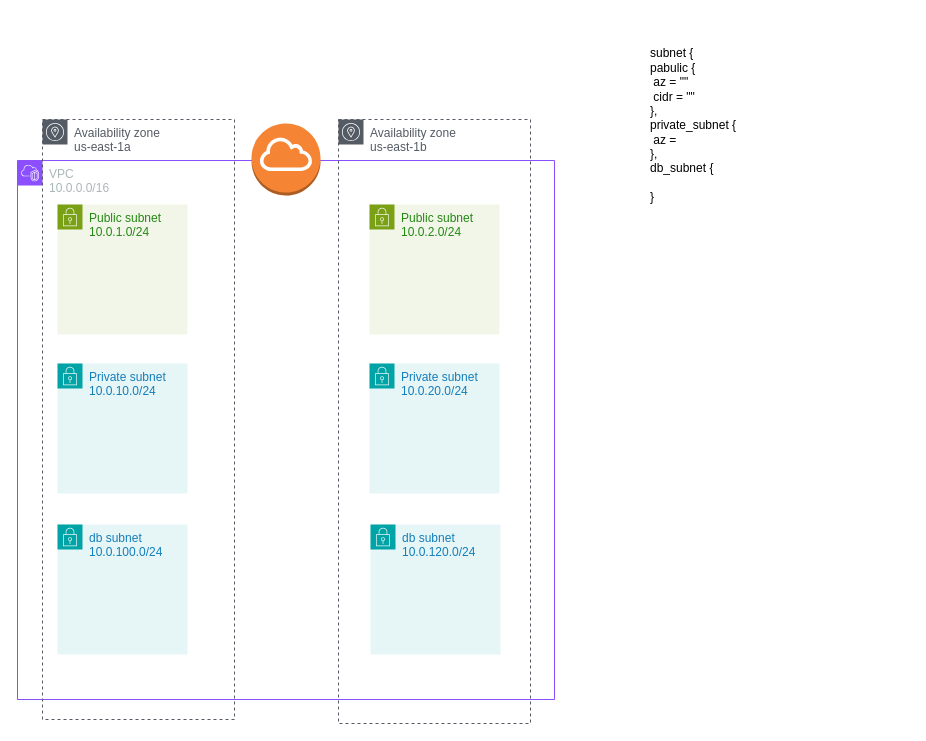
Above: page "ページ-3" (3 of 3) of cloudnative.drawio in kyforprogram/homework (draw.io), before the change. Source tidied: cells renumbered, new cells numbered last; positions are measured from the earlier drawing's top-left corner, leaving out a move shared by most shapes. Both pictures are drawn from the tidied source at 100%, with x=0, y=0 at pixel (17, 17).
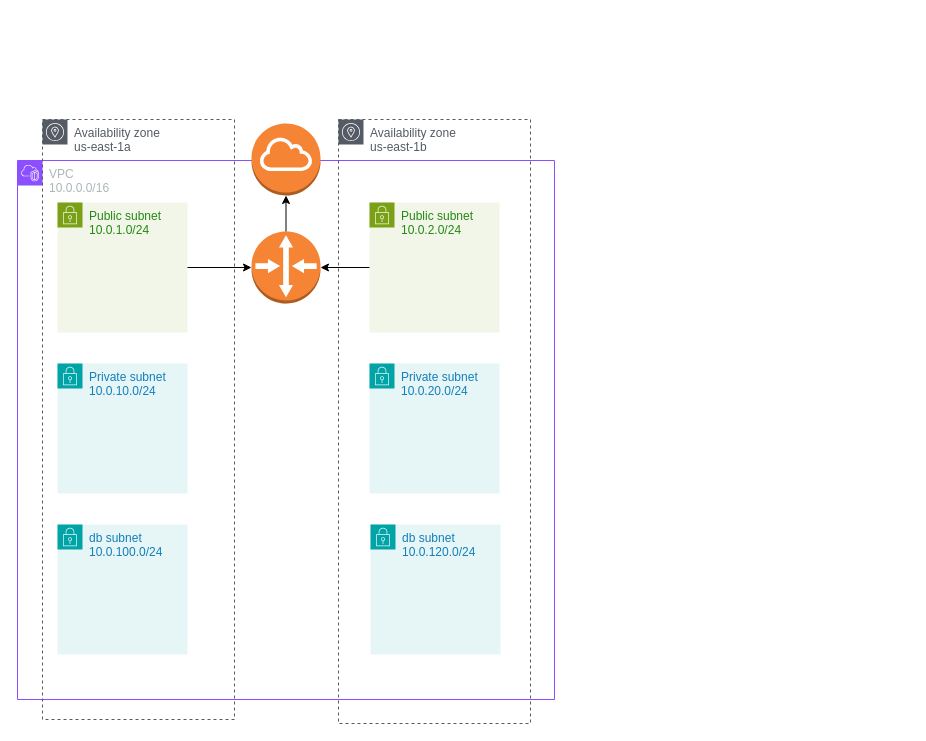
The same diagram, later.

The edit, as a diff of the source:
```diff
@@
 <mxGraphModel>
   <root>
     <mxCell id="0" />
     <mxCell id="1" parent="0" />
     <mxCell id="2" value="VPC&lt;div&gt;10.0.0.0/16&lt;/div&gt;" style="gradientColor=none;html=1;whiteSpace=wrap;fontSize=12;fontStyle=0;shape=mxgraph.aws4.group;grIcon=mxgraph.aws4.group_vpc2;strokeColor=#8C4FFF;fillColor=none;verticalAlign=top;align=left;spacingLeft=30;fontColor=#AAB7B8;dashed=0;" parent="1" vertex="1">
       <mxGeometry y="143" width="537" height="539" as="geometry" />
     </mxCell>
     <mxCell id="3" style="outlineConnect=0;dashed=0;verticalLabelPosition=bottom;verticalAlign=top;align=center;html=1;shape=mxgraph.aws3.internet_gateway;fillColor=#F58534;gradientColor=none;" parent="1" vertex="1">
       <mxGeometry x="234" y="106" width="69" height="72" as="geometry" />
     </mxCell>
     <mxCell id="4" value="Availability zone&lt;div&gt;us-east-1a&lt;/div&gt;" style="sketch=0;gradientColor=none;html=1;whiteSpace=wrap;fontSize=12;fontStyle=0;shape=mxgraph.aws4.group;grIcon=mxgraph.aws4.group_availability_zone;strokeColor=#545B64;fillColor=none;verticalAlign=top;align=left;spacingLeft=30;fontColor=#545B64;dashed=1;" parent="1" vertex="1">
       <mxGeometry x="25" y="102" width="192" height="600" as="geometry" />
     </mxCell>
     <mxCell id="5" value="Availability zone&lt;div&gt;&lt;div&gt;us-east-1b&lt;/div&gt;&lt;/div&gt;" style="sketch=0;gradientColor=none;html=1;whiteSpace=wrap;fontSize=12;fontStyle=0;shape=mxgraph.aws4.group;grIcon=mxgraph.aws4.group_availability_zone;strokeColor=#545B64;fillColor=none;verticalAlign=top;align=left;spacingLeft=30;fontColor=#545B64;dashed=1;" parent="1" vertex="1">
       <mxGeometry x="321" y="102" width="192" height="604" as="geometry" />
     </mxCell>
     <mxCell id="6" value="Public subnet&lt;div&gt;10.0.1.0/24&lt;/div&gt;" style="points=[[0,0],[0.25,0],[0.5,0],[0.75,0],[1,0],[1,0.25],[1,0.5],[1,0.75],[1,1],[0.75,1],[0.5,1],[0.25,1],[0,1],[0,0.75],[0,0.5],[0,0.25]];outlineConnect=0;gradientColor=none;html=1;whiteSpace=wrap;fontSize=12;fontStyle=0;shape=mxgraph.aws4.group;grIcon=mxgraph.aws4.group_security_group;grStroke=0;strokeColor=#7AA116;fillColor=#F2F6E8;verticalAlign=top;align=left;spacingLeft=30;fontColor=#248814;dashed=0;" parent="1" vertex="1">
-      <mxGeometry x="40" y="187" width="130" height="130" as="geometry" />
+      <mxGeometry x="40" y="185" width="130" height="130" as="geometry" />
     </mxCell>
     <mxCell id="7" value="Public subnet&lt;div&gt;10.0.2.0/24&lt;/div&gt;" style="points=[[0,0],[0.25,0],[0.5,0],[0.75,0],[1,0],[1,0.25],[1,0.5],[1,0.75],[1,1],[0.75,1],[0.5,1],[0.25,1],[0,1],[0,0.75],[0,0.5],[0,0.25]];outlineConnect=0;gradientColor=none;html=1;whiteSpace=wrap;fontSize=12;fontStyle=0;shape=mxgraph.aws4.group;grIcon=mxgraph.aws4.group_security_group;grStroke=0;strokeColor=#7AA116;fillColor=#F2F6E8;verticalAlign=top;align=left;spacingLeft=30;fontColor=#248814;dashed=0;" parent="1" vertex="1">
-      <mxGeometry x="352" y="187" width="130" height="130" as="geometry" />
+      <mxGeometry x="352" y="185" width="130" height="130" as="geometry" />
     </mxCell>
     <mxCell id="8" value="Private subnet&lt;div&gt;10.0.10.0/24&lt;/div&gt;" style="gradientColor=none;html=1;whiteSpace=wrap;fontSize=12;fontStyle=0;shape=mxgraph.aws4.group;grIcon=mxgraph.aws4.group_security_group;grStroke=0;strokeColor=#00A4A6;fillColor=#E6F6F7;verticalAlign=top;align=left;spacingLeft=30;fontColor=#147EBA;dashed=0;" parent="1" vertex="1">
       <mxGeometry x="40" y="346" width="130" height="130" as="geometry" />
     </mxCell>
     <mxCell id="9" value="Private subnet&lt;div&gt;10.0.20.0/24&lt;/div&gt;" style="gradientColor=none;html=1;whiteSpace=wrap;fontSize=12;fontStyle=0;shape=mxgraph.aws4.group;grIcon=mxgraph.aws4.group_security_group;grStroke=0;strokeColor=#00A4A6;fillColor=#E6F6F7;verticalAlign=top;align=left;spacingLeft=30;fontColor=#147EBA;dashed=0;" parent="1" vertex="1">
       <mxGeometry x="352" y="346" width="130" height="130" as="geometry" />
     </mxCell>
     <mxCell id="10" value="db subnet&lt;div&gt;10.0.100.0/24&lt;/div&gt;" style="gradientColor=none;html=1;whiteSpace=wrap;fontSize=12;fontStyle=0;shape=mxgraph.aws4.group;grIcon=mxgraph.aws4.group_security_group;grStroke=0;strokeColor=#00A4A6;fillColor=#E6F6F7;verticalAlign=top;align=left;spacingLeft=30;fontColor=#147EBA;dashed=0;" parent="1" vertex="1">
       <mxGeometry x="40" y="507" width="130" height="130" as="geometry" />
     </mxCell>
     <mxCell id="11" value="db subnet&lt;div&gt;10.0.120.0/24&lt;/div&gt;" style="gradientColor=none;html=1;whiteSpace=wrap;fontSize=12;fontStyle=0;shape=mxgraph.aws4.group;grIcon=mxgraph.aws4.group_security_group;grStroke=0;strokeColor=#00A4A6;fillColor=#E6F6F7;verticalAlign=top;align=left;spacingLeft=30;fontColor=#147EBA;dashed=0;" parent="1" vertex="1">
       <mxGeometry x="353" y="507" width="130" height="130" as="geometry" />
     </mxCell>
-    <mxCell id="12" value="subnet {&lt;div&gt;pabulic {&lt;/div&gt;&lt;div&gt;&amp;nbsp;az = &quot;&quot;&lt;/div&gt;&lt;div&gt;&amp;nbsp;cidr = &quot;&quot;&lt;/div&gt;&lt;div&gt;},&lt;/div&gt;&lt;div&gt;private_subnet {&lt;/div&gt;&lt;div&gt;&amp;nbsp;az =&lt;/div&gt;&lt;div&gt;},&lt;/div&gt;&lt;div&gt;&lt;span style=&quot;background-color: transparent; color: light-dark(rgb(0, 0, 0), rgb(255, 255, 255));&quot;&gt;db_subnet {&lt;/span&gt;&lt;/div&gt;&lt;div&gt;&lt;br&gt;&lt;/div&gt;&lt;div&gt;}&lt;/div&gt;" style="text;html=1;whiteSpace=wrap;strokeColor=none;fillColor=none;align=left;verticalAlign=middle;rounded=0;" parent="1" vertex="1">
-      <mxGeometry x="631" width="260" height="216" as="geometry" />
-    </mxCell>
+    <mxCell id="13" style="outlineConnect=0;dashed=0;verticalLabelPosition=bottom;verticalAlign=top;align=center;html=1;shape=mxgraph.aws3.router;fillColor=#F58534;gradientColor=none;" parent="1" vertex="1">
+      <mxGeometry x="234" y="214" width="69" height="72" as="geometry" />
+    </mxCell>
+    <mxCell id="14" style="edgeStyle=orthogonalEdgeStyle;rounded=0;jettySize=auto;html=1;exitX=0.5;exitY=0;exitDx=0;exitDy=0;exitPerimeter=0;entryX=0.5;entryY=1;entryDx=0;entryDy=0;entryPerimeter=0;" parent="1" edge="1" source="13" target="3">
+      <mxGeometry relative="1" as="geometry" />
+    </mxCell>
+    <mxCell id="15" style="edgeStyle=orthogonalEdgeStyle;rounded=0;jettySize=auto;html=1;entryX=0;entryY=0.5;entryDx=0;entryDy=0;entryPerimeter=0;" parent="1" edge="1" source="6" target="13">
+      <mxGeometry relative="1" as="geometry" />
+    </mxCell>
+    <mxCell id="16" style="edgeStyle=orthogonalEdgeStyle;rounded=0;jettySize=auto;html=1;entryX=1;entryY=0.5;entryDx=0;entryDy=0;entryPerimeter=0;" parent="1" edge="1" source="7" target="13">
+      <mxGeometry relative="1" as="geometry" />
+    </mxCell>
   </root>
 </mxGraphModel>
```
